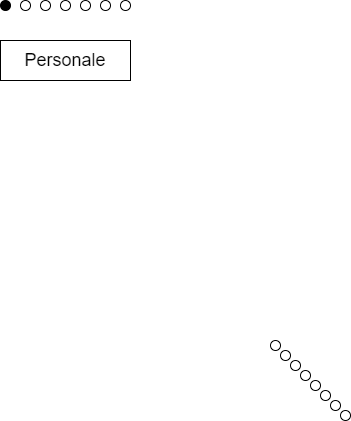
Above: ERDiagram/WhistleER.drawio.png in savernike/DiagramsSet (draw.io), before the change. Source tidied: cells renumbered, new cells last; positions are measured from the earlier drawing's top-left corner, leaving out a move shared by most shapes.
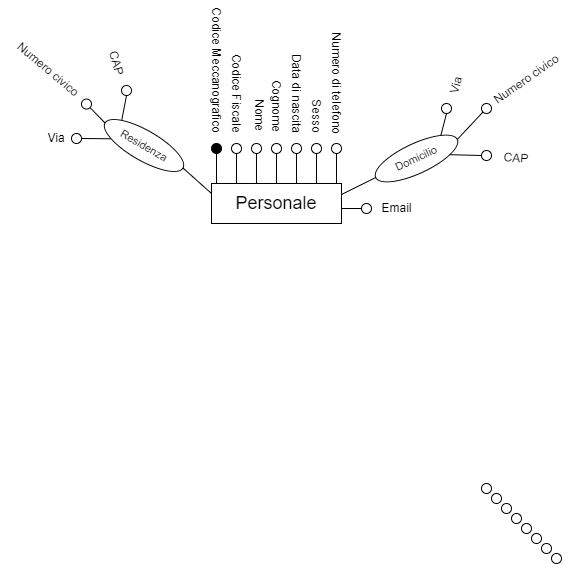
After the commit.

Commit message:
Completamento entità personale

Change to the diagram source:
```diff
@@ -2,6 +2,24 @@
   <root>
     <mxCell id="0" />
     <mxCell id="1" parent="0" />
+    <mxCell id="18" style="edgeStyle=orthogonalEdgeStyle;rounded=0;jettySize=auto;html=1;exitX=0;exitY=0;exitDx=0;exitDy=0;entryX=0.5;entryY=1;entryDx=0;entryDy=0;endArrow=none;endFill=0;" parent="1" edge="1" source="2" target="3">
+      <mxGeometry relative="1" as="geometry" />
+    </mxCell>
+    <mxCell id="19" style="edgeStyle=orthogonalEdgeStyle;rounded=0;jettySize=auto;html=1;exitX=0.25;exitY=0;exitDx=0;exitDy=0;entryX=0.5;entryY=1;entryDx=0;entryDy=0;endArrow=none;endFill=0;" parent="1" edge="1" source="2" target="4">
+      <mxGeometry relative="1" as="geometry" />
+    </mxCell>
+    <mxCell id="20" style="edgeStyle=orthogonalEdgeStyle;rounded=0;jettySize=auto;html=1;exitX=0.5;exitY=0;exitDx=0;exitDy=0;entryX=0.5;entryY=1;entryDx=0;entryDy=0;endArrow=none;endFill=0;" parent="1" edge="1" source="2" target="6">
+      <mxGeometry relative="1" as="geometry" />
+    </mxCell>
+    <mxCell id="21" style="edgeStyle=orthogonalEdgeStyle;shape=connector;rounded=0;jettySize=auto;html=1;exitX=0.75;exitY=0;exitDx=0;exitDy=0;entryX=0.5;entryY=1;entryDx=0;entryDy=0;labelBackgroundColor=default;strokeColor=default;fontFamily=Helvetica;fontSize=11;fontColor=default;endArrow=none;endFill=0;" parent="1" edge="1" source="2" target="7">
+      <mxGeometry relative="1" as="geometry" />
+    </mxCell>
+    <mxCell id="22" style="edgeStyle=orthogonalEdgeStyle;shape=connector;rounded=0;jettySize=auto;html=1;exitX=0.75;exitY=0;exitDx=0;exitDy=0;entryX=0.5;entryY=1;entryDx=0;entryDy=0;labelBackgroundColor=default;strokeColor=default;fontFamily=Helvetica;fontSize=11;fontColor=default;endArrow=none;endFill=0;" parent="1" edge="1" source="2" target="8">
+      <mxGeometry relative="1" as="geometry" />
+    </mxCell>
+    <mxCell id="23" style="edgeStyle=orthogonalEdgeStyle;shape=connector;rounded=0;jettySize=auto;html=1;exitX=1;exitY=0;exitDx=0;exitDy=0;entryX=0.5;entryY=1;entryDx=0;entryDy=0;labelBackgroundColor=default;strokeColor=default;fontFamily=Helvetica;fontSize=11;fontColor=default;endArrow=none;endFill=0;" parent="1" edge="1" source="2" target="9">
+      <mxGeometry relative="1" as="geometry" />
+    </mxCell>
     <mxCell id="2" value="&lt;font style=&quot;font-size: 18px;&quot;&gt;Personale&lt;/font&gt;" style="rounded=0;whiteSpace=wrap;html=1;" parent="1" vertex="1">
       <mxGeometry y="40" width="130" height="40" as="geometry" />
     </mxCell>
@@ -11,6 +29,9 @@
     <mxCell id="4" style="ellipse;whiteSpace=wrap;html=1;" parent="1" vertex="1">
       <mxGeometry x="20" width="10" height="10" as="geometry" />
     </mxCell>
+    <mxCell id="24" style="edgeStyle=orthogonalEdgeStyle;rounded=0;jettySize=auto;html=1;exitX=0.5;exitY=1;exitDx=0;exitDy=0;entryX=0.346;entryY=0;entryDx=0;entryDy=0;entryPerimeter=0;endArrow=none;endFill=0;" parent="1" edge="1" source="5" target="2">
+      <mxGeometry relative="1" as="geometry" />
+    </mxCell>
     <mxCell id="5" style="ellipse;whiteSpace=wrap;html=1;" parent="1" vertex="1">
       <mxGeometry x="40" width="10" height="10" as="geometry" />
     </mxCell>
@@ -50,5 +71,103 @@
     <mxCell id="17" style="ellipse;whiteSpace=wrap;html=1;" parent="1" vertex="1">
       <mxGeometry x="340" y="410" width="10" height="10" as="geometry" />
     </mxCell>
+    <mxCell id="25" value="Codice Meccanografico" style="text;strokeColor=none;align=center;fillColor=none;html=1;verticalAlign=middle;whiteSpace=wrap;rounded=0;rotation=90;" parent="1" vertex="1">
+      <mxGeometry x="-65" y="-88" width="140" height="30" as="geometry" />
+    </mxCell>
+    <mxCell id="26" value="Codice Fiscale" style="text;strokeColor=none;align=center;fillColor=none;html=1;verticalAlign=middle;whiteSpace=wrap;rounded=0;rotation=90;" parent="1" vertex="1">
+      <mxGeometry x="-22.5" y="-65.5" width="95" height="30" as="geometry" />
+    </mxCell>
+    <mxCell id="27" value="Nome" style="text;strokeColor=none;align=center;fillColor=none;html=1;verticalAlign=middle;whiteSpace=wrap;rounded=0;rotation=90;" parent="1" vertex="1">
+      <mxGeometry x="20" y="-43" width="55" height="30" as="geometry" />
+    </mxCell>
+    <mxCell id="28" value="Cognome" style="text;strokeColor=none;align=center;fillColor=none;html=1;verticalAlign=middle;whiteSpace=wrap;rounded=0;rotation=90;" parent="1" vertex="1">
+      <mxGeometry x="33.8" y="-53" width="62.5" height="30" as="geometry" />
+    </mxCell>
+    <mxCell id="29" value="Data di nascita" style="text;strokeColor=none;align=center;fillColor=none;html=1;verticalAlign=middle;whiteSpace=wrap;rounded=0;rotation=90;" parent="1" vertex="1">
+      <mxGeometry x="41.9" y="-64.9" width="86.2" height="30" as="geometry" />
+    </mxCell>
+    <mxCell id="30" value="Sesso" style="text;strokeColor=none;align=center;fillColor=none;html=1;verticalAlign=middle;whiteSpace=wrap;rounded=0;rotation=90;" parent="1" vertex="1">
+      <mxGeometry x="81" y="-41.9" width="48.2" height="30" as="geometry" />
+    </mxCell>
+    <mxCell id="31" value="Numero di telefono" style="text;strokeColor=none;align=center;fillColor=none;html=1;verticalAlign=middle;whiteSpace=wrap;rounded=0;rotation=90;" parent="1" vertex="1">
+      <mxGeometry x="70.4" y="-74.4" width="109.1" height="30" as="geometry" />
+    </mxCell>
+    <mxCell id="32" style="edgeStyle=orthogonalEdgeStyle;shape=connector;rounded=0;jettySize=auto;html=1;exitX=0;exitY=0.5;exitDx=0;exitDy=0;entryX=1;entryY=0.75;entryDx=0;entryDy=0;labelBackgroundColor=default;strokeColor=default;fontFamily=Helvetica;fontSize=11;fontColor=default;endArrow=none;endFill=0;" parent="1" edge="1" source="33" target="2">
+      <mxGeometry relative="1" as="geometry" />
+    </mxCell>
+    <mxCell id="33" style="ellipse;whiteSpace=wrap;html=1;fontFamily=Helvetica;fontSize=11;fontColor=default;" parent="1" vertex="1">
+      <mxGeometry x="150" y="60" width="10" height="10" as="geometry" />
+    </mxCell>
+    <mxCell id="34" value="Email" style="text;strokeColor=none;align=center;fillColor=none;html=1;verticalAlign=middle;whiteSpace=wrap;rounded=0;rotation=0;" parent="1" vertex="1">
+      <mxGeometry x="160.9" y="50" width="49.1" height="30" as="geometry" />
+    </mxCell>
+    <mxCell id="35" value="Residenza" style="ellipse;whiteSpace=wrap;html=1;fontFamily=Helvetica;fontSize=11;fontColor=default;rotation=30;" parent="1" vertex="1">
+      <mxGeometry x="-112.5" y="-13" width="90" height="30" as="geometry" />
+    </mxCell>
+    <mxCell id="36" style="endArrow=none;html=1;rounded=0;labelBackgroundColor=default;strokeColor=default;fontFamily=Helvetica;fontSize=11;fontColor=default;shape=connector;entryX=0;entryY=0.25;entryDx=0;entryDy=0;exitX=1;exitY=0.5;exitDx=0;exitDy=0;" parent="1" edge="1" source="35" target="2">
+      <mxGeometry relative="1" as="geometry" />
+    </mxCell>
+    <mxCell id="37" style="ellipse;whiteSpace=wrap;html=1;fontFamily=Helvetica;fontSize=11;fontColor=default;" parent="1" vertex="1">
+      <mxGeometry x="-90" y="-58" width="10" height="10" as="geometry" />
+    </mxCell>
+    <mxCell id="38" style="ellipse;whiteSpace=wrap;html=1;fontFamily=Helvetica;fontSize=11;fontColor=default;direction=east;" parent="1" vertex="1">
+      <mxGeometry x="-130" y="-44.4" width="10" height="10" as="geometry" />
+    </mxCell>
+    <mxCell id="39" style="ellipse;whiteSpace=wrap;html=1;fontFamily=Helvetica;fontSize=11;fontColor=default;direction=east;" parent="1" vertex="1">
+      <mxGeometry x="-140" y="-10" width="10" height="10" as="geometry" />
+    </mxCell>
+    <mxCell id="40" style="endArrow=none;html=1;rounded=0;labelBackgroundColor=default;strokeColor=default;fontFamily=Helvetica;fontSize=11;fontColor=default;shape=connector;exitX=0;exitY=1;exitDx=0;exitDy=0;entryX=1;entryY=0.5;entryDx=0;entryDy=0;" parent="1" edge="1" source="35" target="39">
+      <mxGeometry relative="1" as="geometry" />
+    </mxCell>
+    <mxCell id="41" style="endArrow=none;html=1;rounded=0;labelBackgroundColor=default;strokeColor=default;fontFamily=Helvetica;fontSize=11;fontColor=default;shape=connector;entryX=0;entryY=0.5;entryDx=0;entryDy=0;exitX=1;exitY=1;exitDx=0;exitDy=0;" parent="1" edge="1" source="38" target="35">
+      <mxGeometry relative="1" as="geometry" />
+    </mxCell>
+    <mxCell id="42" style="endArrow=none;html=1;rounded=0;labelBackgroundColor=default;strokeColor=default;fontFamily=Helvetica;fontSize=11;fontColor=default;shape=connector;entryX=0.5;entryY=1;entryDx=0;entryDy=0;exitX=0;exitY=0;exitDx=0;exitDy=0;" parent="1" edge="1" source="35" target="37">
+      <mxGeometry relative="1" as="geometry" />
+    </mxCell>
+    <mxCell id="43" value="Via" style="text;strokeColor=none;align=center;fillColor=none;html=1;verticalAlign=middle;whiteSpace=wrap;rounded=0;rotation=0;" parent="1" vertex="1">
+      <mxGeometry x="-170" y="-20" width="30" height="30" as="geometry" />
+    </mxCell>
+    <mxCell id="44" value="CAP&lt;br&gt;" style="text;strokeColor=none;align=center;fillColor=none;html=1;verticalAlign=middle;whiteSpace=wrap;rounded=0;rotation=75;" parent="1" vertex="1">
+      <mxGeometry x="-110" y="-94.9" width="30" height="30" as="geometry" />
+    </mxCell>
+    <mxCell id="45" value="Numero civico" style="text;strokeColor=none;align=center;fillColor=none;html=1;verticalAlign=middle;whiteSpace=wrap;rounded=0;rotation=40;" parent="1" vertex="1">
+      <mxGeometry x="-208.5" y="-94" width="90" height="40" as="geometry" />
+    </mxCell>
+    <mxCell id="46" value="Domicilio" style="ellipse;whiteSpace=wrap;html=1;fontFamily=Helvetica;fontSize=11;fontColor=default;rotation=-25;" parent="1" vertex="1">
+      <mxGeometry x="160" width="90" height="30" as="geometry" />
+    </mxCell>
+    <mxCell id="47" style="endArrow=none;html=1;rounded=0;labelBackgroundColor=default;strokeColor=default;fontFamily=Helvetica;fontSize=11;fontColor=default;shape=connector;exitX=0;exitY=0.5;exitDx=0;exitDy=0;" parent="1" edge="1" source="46">
+      <mxGeometry relative="1" as="geometry">
+        <mxPoint x="130" y="51" as="targetPoint" />
+      </mxGeometry>
+    </mxCell>
+    <mxCell id="48" value="Via" style="text;strokeColor=none;align=center;fillColor=none;html=1;verticalAlign=middle;whiteSpace=wrap;rounded=0;rotation=-75;" parent="1" vertex="1">
+      <mxGeometry x="230" y="-73" width="30" height="30" as="geometry" />
+    </mxCell>
+    <mxCell id="49" value="CAP&lt;br&gt;" style="text;strokeColor=none;align=center;fillColor=none;html=1;verticalAlign=middle;whiteSpace=wrap;rounded=0;rotation=5;" parent="1" vertex="1">
+      <mxGeometry x="290" width="30" height="30" as="geometry" />
+    </mxCell>
+    <mxCell id="50" value="Numero civico" style="text;strokeColor=none;align=center;fillColor=none;html=1;verticalAlign=middle;whiteSpace=wrap;rounded=0;rotation=-35;" parent="1" vertex="1">
+      <mxGeometry x="270" y="-84.4" width="90" height="40" as="geometry" />
+    </mxCell>
+    <mxCell id="51" style="ellipse;whiteSpace=wrap;html=1;fontFamily=Helvetica;fontSize=11;fontColor=default;" parent="1" vertex="1">
+      <mxGeometry x="230" y="-40" width="10" height="10" as="geometry" />
+    </mxCell>
+    <mxCell id="52" style="ellipse;whiteSpace=wrap;html=1;fontFamily=Helvetica;fontSize=11;fontColor=default;" parent="1" vertex="1">
+      <mxGeometry x="270" y="-40" width="10" height="10" as="geometry" />
+    </mxCell>
+    <mxCell id="53" style="ellipse;whiteSpace=wrap;html=1;fontFamily=Helvetica;fontSize=11;fontColor=default;" parent="1" vertex="1">
+      <mxGeometry x="270" y="7" width="10" height="10" as="geometry" />
+    </mxCell>
+    <mxCell id="54" style="endArrow=none;html=1;rounded=0;labelBackgroundColor=default;strokeColor=default;fontFamily=Helvetica;fontSize=11;fontColor=default;shape=connector;entryX=1;entryY=1;entryDx=0;entryDy=0;exitX=0;exitY=0.5;exitDx=0;exitDy=0;" parent="1" edge="1" source="53" target="46">
+      <mxGeometry relative="1" as="geometry" />
+    </mxCell>
+    <mxCell id="55" style="endArrow=none;html=1;rounded=0;labelBackgroundColor=default;strokeColor=default;fontFamily=Helvetica;fontSize=11;fontColor=default;shape=connector;entryX=1;entryY=0.5;entryDx=0;entryDy=0;exitX=0;exitY=1;exitDx=0;exitDy=0;" parent="1" edge="1" source="52" target="46">
+      <mxGeometry relative="1" as="geometry" />
+    </mxCell>
+    <mxCell id="56" style="endArrow=none;html=1;rounded=0;labelBackgroundColor=default;strokeColor=default;fontFamily=Helvetica;fontSize=11;fontColor=default;shape=connector;entryX=0.5;entryY=1;entryDx=0;entryDy=0;exitX=1;exitY=0;exitDx=0;exitDy=0;" parent="1" edge="1" source="46" target="51">
+      <mxGeometry relative="1" as="geometry" />
+    </mxCell>
   </root>
 </mxGraphModel>
```
